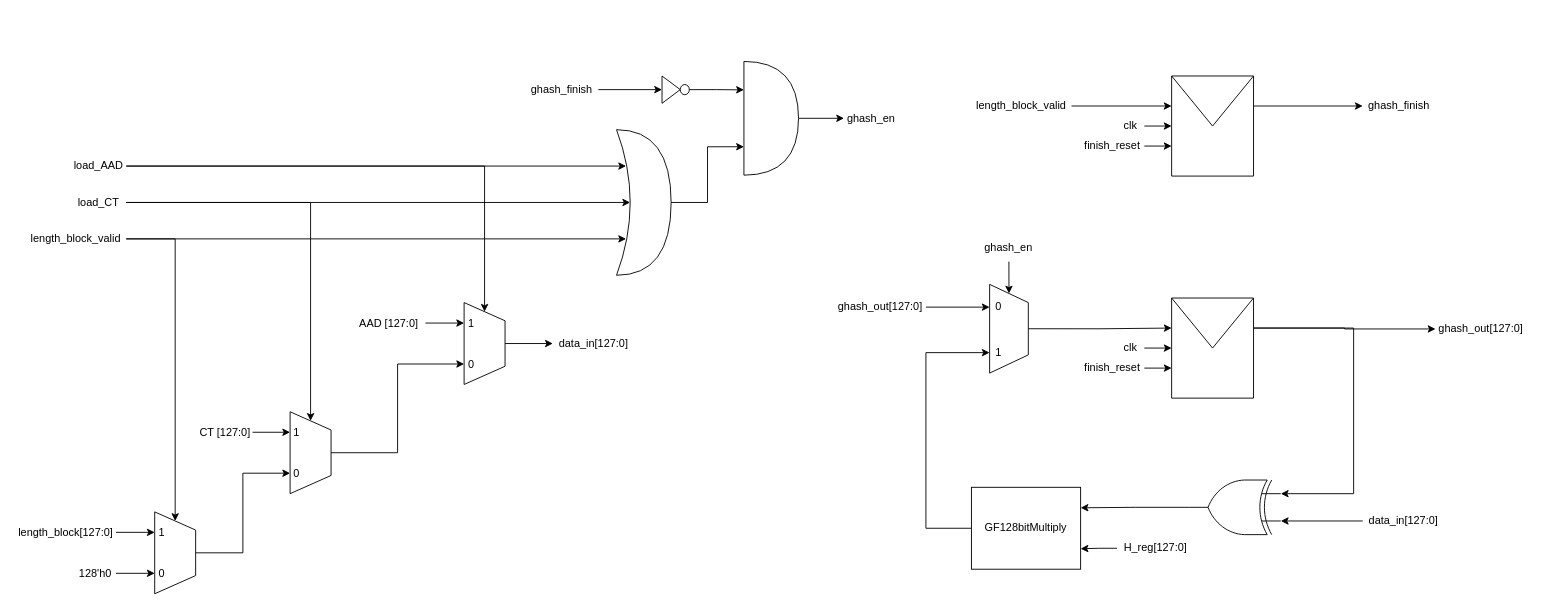
Before: Quang Long/_drawio/GHASH low level.drawio in LQLManZz/AES128-Verilog, a draw.io diagram. Source tidied: cells renumbered, new cells numbered last; positions are measured from the earlier drawing's top-left corner, leaving out a move shared by most shapes. Both pictures are drawn from the tidied source at 91%, with x=0, y=0 at pixel (15, 61).
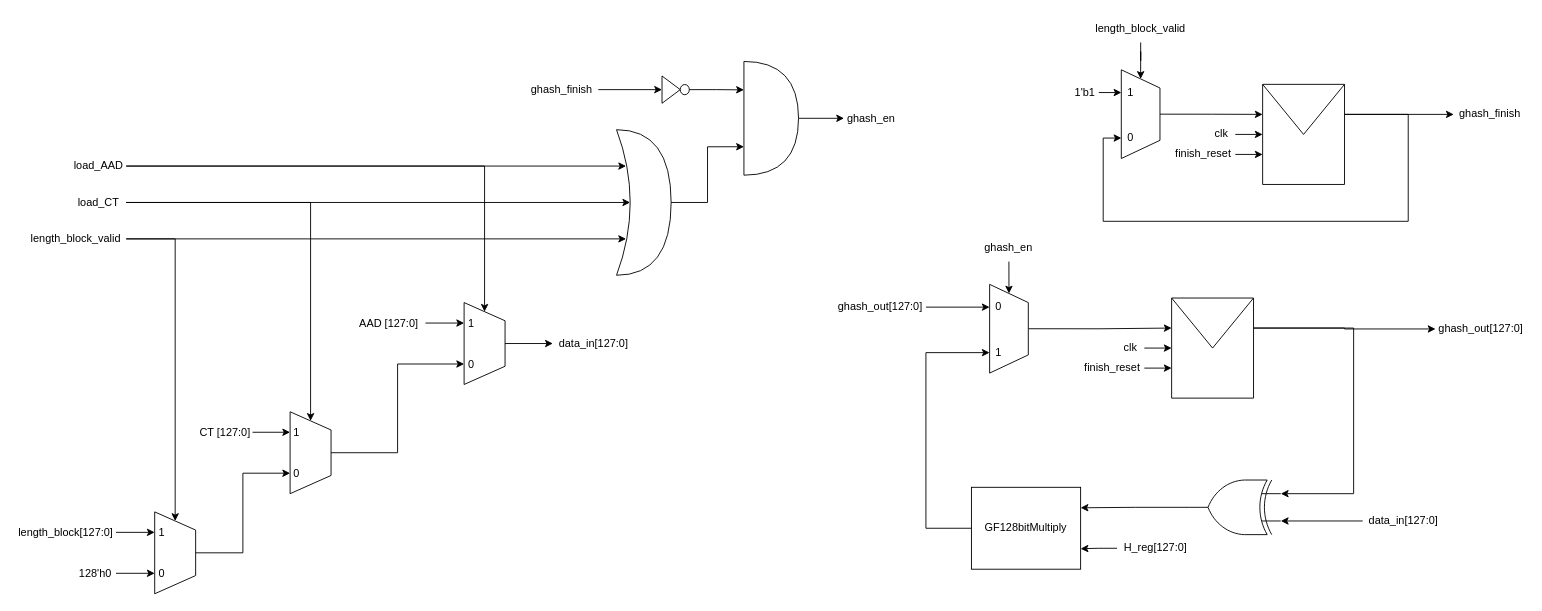
Above is the later version.

Change to the diagram source:
```diff
@@
+    <mxCell id="80" style="edgeStyle=orthogonalEdgeStyle;rounded=0;jettySize=auto;html=1;exitX=1;exitY=0.3;exitDx=0;exitDy=0;entryX=0;entryY=0.5;entryDx=0;entryDy=0;" parent="1" edge="1" source="72" target="86">
+      <mxGeometry relative="1" as="geometry">
+        <Array as="points">
+          <mxPoint x="1530" y="58.2" />
+          <mxPoint x="1530" y="175.7" />
+          <mxPoint x="1194.8" y="175.7" />
+          <mxPoint x="1194.8" y="84.2" />
+        </Array>
+      </mxGeometry>
+    </mxCell>
     <mxCell id="72" style="shape=message;html=1;html=1;outlineConnect=0;labelPosition=center;verticalLabelPosition=bottom;align=center;verticalAlign=top;" parent="1" vertex="1">
-      <mxGeometry x="1270" y="16" width="90" height="110" as="geometry" />
+      <mxGeometry x="1370" y="25.2" width="90" height="110" as="geometry" />
     </mxCell>
@@
     <mxCell id="74" value="clk" style="text;html=1;whiteSpace=wrap;strokeColor=none;fillColor=none;align=center;verticalAlign=middle;rounded=0;" parent="1" vertex="1">
-      <mxGeometry x="1210" y="56" width="30" height="30" as="geometry" />
+      <mxGeometry x="1310" y="65.2" width="30" height="30" as="geometry" />
     </mxCell>
@@
     <mxCell id="76" value="finish_reset" style="text;html=1;whiteSpace=wrap;strokeColor=none;fillColor=none;align=center;verticalAlign=middle;rounded=0;" parent="1" vertex="1">
-      <mxGeometry x="1170" y="78" width="70" height="30" as="geometry" />
+      <mxGeometry x="1270" y="87.2" width="70" height="30" as="geometry" />
     </mxCell>
     <mxCell id="77" value="ghash_finish" style="text;html=1;whiteSpace=wrap;strokeColor=none;fillColor=none;align=center;verticalAlign=middle;rounded=0;" parent="1" vertex="1">
-      <mxGeometry x="1480" y="34" width="80" height="30" as="geometry" />
+      <mxGeometry x="1580" y="43.2" width="80" height="30" as="geometry" />
     </mxCell>
-    <mxCell id="78" style="edgeStyle=orthogonalEdgeStyle;rounded=0;jettySize=auto;html=1;exitX=1;exitY=0.5;exitDx=0;exitDy=0;entryX=0;entryY=0.3;entryDx=0;entryDy=0;" parent="1" edge="1" source="79" target="72">
-      <mxGeometry relative="1" as="geometry" />
-    </mxCell>
+    <mxCell id="81" style="edgeStyle=orthogonalEdgeStyle;rounded=0;jettySize=auto;html=1;exitX=0.5;exitY=1;exitDx=0;exitDy=0;entryX=0;entryY=0.5;entryDx=0;entryDy=0;" parent="1" edge="1" source="79" target="83">
+      <mxGeometry relative="1" as="geometry" />
+    </mxCell>
     <mxCell id="79" value="length_block_valid" style="text;html=1;whiteSpace=wrap;strokeColor=none;fillColor=none;align=center;verticalAlign=middle;rounded=0;" parent="1" vertex="1">
-      <mxGeometry x="1050" y="34" width="110" height="30" as="geometry" />
+      <mxGeometry x="1181" y="-50.8" width="110" height="30" as="geometry" />
     </mxCell>
+    <mxCell id="82" style="edgeStyle=orthogonalEdgeStyle;rounded=0;jettySize=auto;html=1;exitX=0.5;exitY=0;exitDx=0;exitDy=0;entryX=0;entryY=0.3;entryDx=0;entryDy=0;" parent="1" edge="1" source="83" target="72">
+      <mxGeometry relative="1" as="geometry" />
+    </mxCell>
+    <mxCell id="83" style="shape=trapezoid;perimeter=trapezoidPerimeter;whiteSpace=wrap;html=1;fixedSize=1;rotation=90;flipH=0;legacyAnchorPoints=0;" parent="1" vertex="1">
+      <mxGeometry x="1187.2" y="36.7" width="97.5" height="42.5" as="geometry" />
+    </mxCell>
+    <mxCell id="84" style="group;" parent="1" vertex="1">
+      <mxGeometry x="1214.8" y="24.2" width="20" height="70" as="geometry" />
+    </mxCell>
+    <mxCell id="85" value="1" style="text;html=1;whiteSpace=wrap;strokeColor=none;fillColor=none;align=center;verticalAlign=middle;rounded=0;" parent="84" vertex="1">
+      <mxGeometry width="20" height="20" as="geometry" />
+    </mxCell>
+    <mxCell id="86" value="0" style="text;html=1;whiteSpace=wrap;strokeColor=none;fillColor=none;align=center;verticalAlign=middle;rounded=0;" parent="1" vertex="1">
+      <mxGeometry x="1214.8" y="74.2" width="20" height="20" as="geometry" />
+    </mxCell>
+    <mxCell id="87" style="edgeStyle=orthogonalEdgeStyle;rounded=0;jettySize=auto;html=1;exitX=1;exitY=0.5;exitDx=0;exitDy=0;entryX=0;entryY=0.5;entryDx=0;entryDy=0;" parent="1" edge="1" source="88" target="85">
+      <mxGeometry relative="1" as="geometry" />
+    </mxCell>
+    <mxCell id="88" value="1'b1" style="text;html=1;whiteSpace=wrap;strokeColor=none;fillColor=none;align=center;verticalAlign=middle;rounded=0;" parent="1" vertex="1">
+      <mxGeometry x="1160" y="19.2" width="30" height="30" as="geometry" />
+    </mxCell>
```
